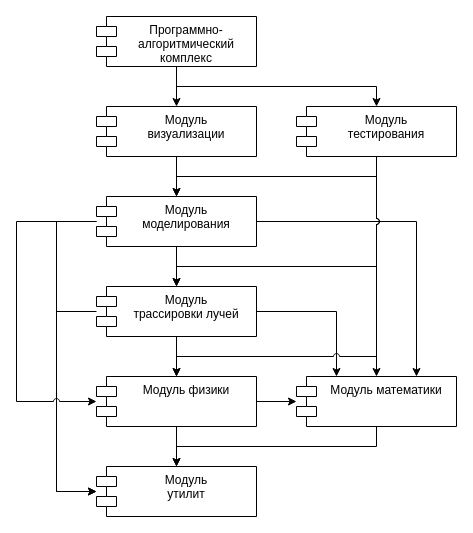
Before: docs/note/inc/img/modules.drawio in wcdbmv/MT, a draw.io diagram. Source tidied: cells renumbered, new cells numbered last; positions are measured from the earlier drawing's top-left corner, leaving out a move shared by most shapes. Both pictures are drawn from the tidied source at 100%, with x=0, y=0 at pixel (16, 16).
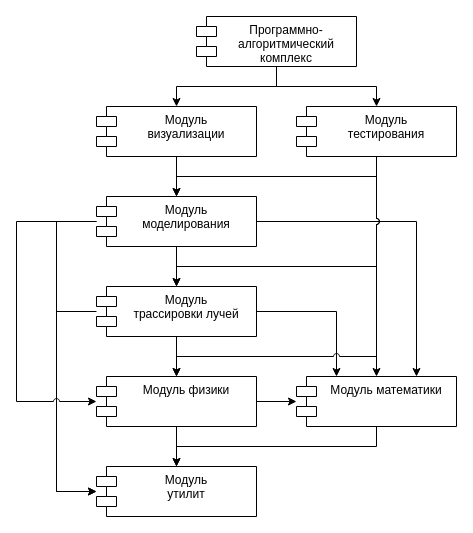
The same diagram, later.

Unchanged cells that the change refers to:
```xml
<mxCell id="23" value="Модуль&#10;тестирования" style="shape=module;align=left;spacingLeft=20;align=center;verticalAlign=top;" parent="1" vertex="1">
  <mxGeometry x="280" y="90" width="160" height="50" as="geometry" />
</mxCell>
```

What changed in the source:
```diff
@@
-    <mxCell id="3" style="edgeStyle=orthogonalEdgeStyle;rounded=0;jettySize=auto;html=1;" parent="1" edge="1" source="4" target="23">
+    <mxCell id="3" style="edgeStyle=orthogonalEdgeStyle;rounded=0;jettySize=auto;html=1;exitX=0.5;exitY=1;exitDx=0;exitDy=0;" parent="1" edge="1" source="4" target="23">
       <mxGeometry relative="1" as="geometry">
         <Array as="points">
-          <mxPoint x="160" y="70" />
+          <mxPoint x="260" y="70" />
           <mxPoint x="360" y="70" />
         </Array>
       </mxGeometry>
     </mxCell>
     <mxCell id="4" value="Программно-&#10;алгоритмический&#10;комплекс" style="shape=module;align=left;spacingLeft=20;align=center;verticalAlign=top;" parent="1" vertex="1">
-      <mxGeometry x="80" width="160" height="50" as="geometry" />
+      <mxGeometry x="180" width="160" height="50" as="geometry" />
     </mxCell>
```
